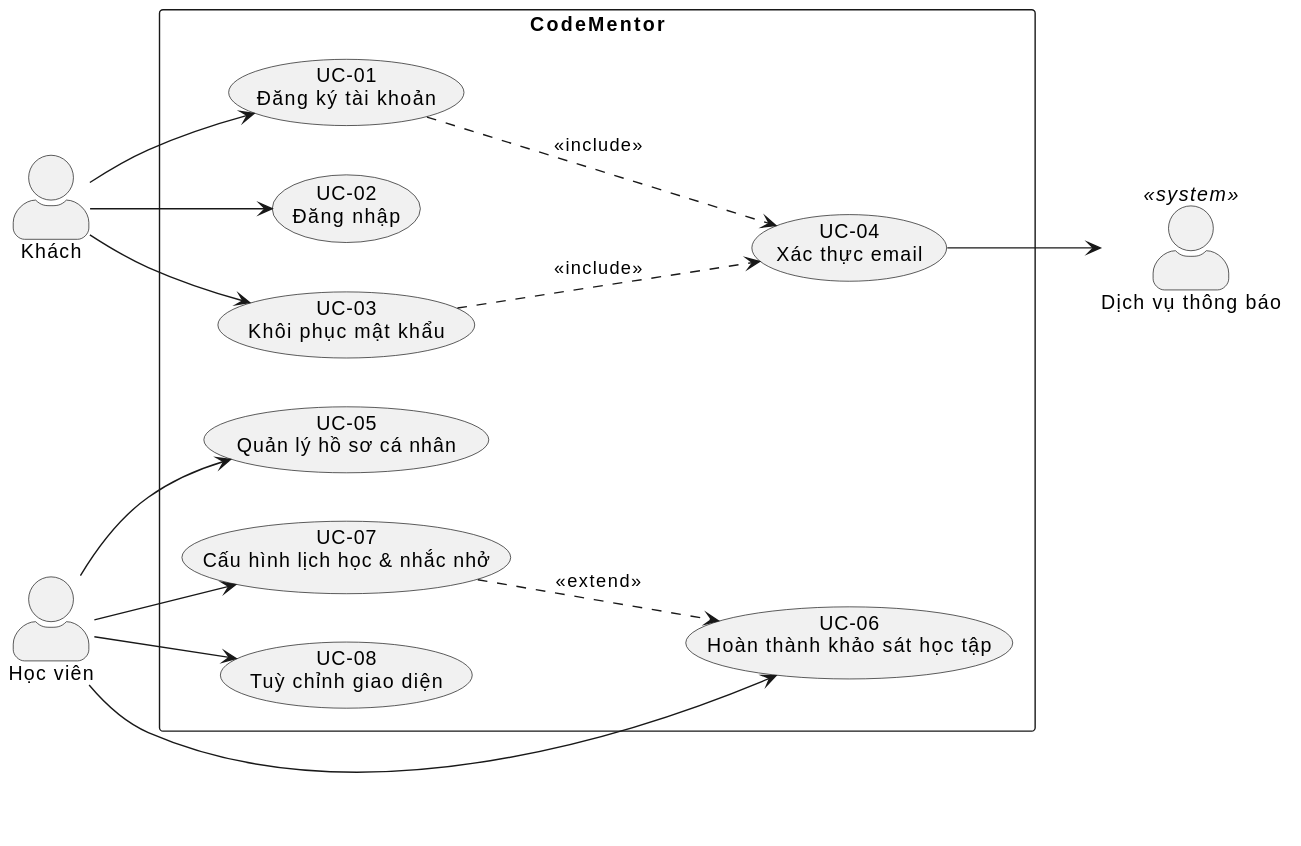
This is docs/diagrams/p1-account.svg from codementor-official/codementor-infra, a PlantUML export, as it was before one commit.
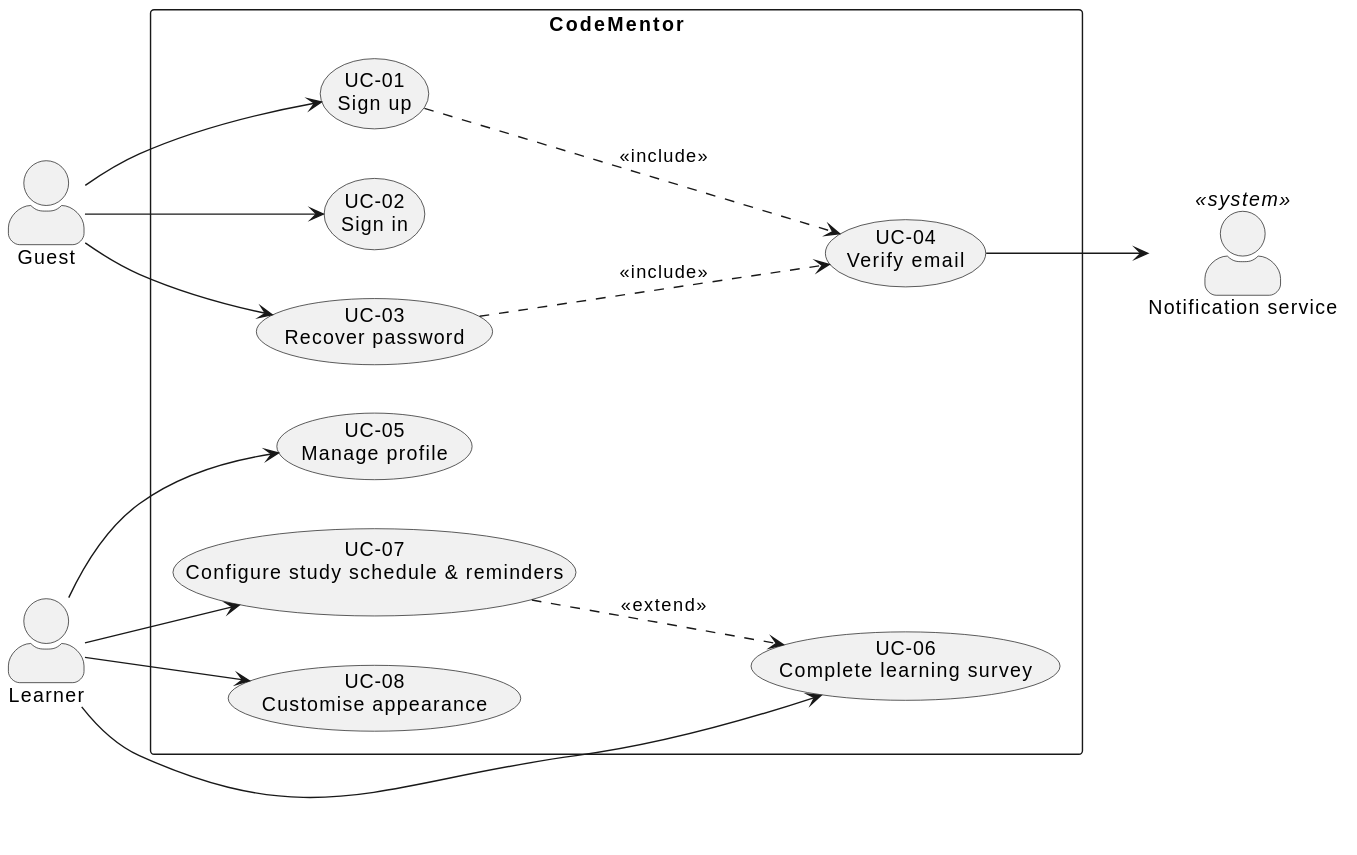
The same diagram one commit later.

Diff of the diagram source:
```diff
@@ -2,25 +2,25 @@
 left to right direction
 skinparam actorStyle awesome
 
-actor "Khách" as Guest
-actor "Học viên" as Learner
+actor "Guest" as Guest
+actor "Learner" as Learner
 
 rectangle "CodeMentor" {
-  usecase "UC-01\nĐăng ký tài khoản" as UC01
-  usecase "UC-02\nĐăng nhập" as UC02
-  usecase "UC-03\nKhôi phục mật khẩu" as UC03
-  usecase "UC-04\nXác thực email" as UC04
-  usecase "UC-05\nQuản lý hồ sơ cá nhân" as UC05
-  usecase "UC-06\nHoàn thành khảo sát học tập" as UC06
-  usecase "UC-07\nCấu hình lịch học & nhắc nhở" as UC07
-  usecase "UC-08\nTuỳ chỉnh giao diện" as UC08
+  usecase "UC-01\nSign up" as UC01
+  usecase "UC-02\nSign in" as UC02
+  usecase "UC-03\nRecover password" as UC03
+  usecase "UC-04\nVerify email" as UC04
+  usecase "UC-05\nManage profile" as UC05
+  usecase "UC-06\nComplete learning survey" as UC06
+  usecase "UC-07\nConfigure study schedule & reminders" as UC07
+  usecase "UC-08\nCustomise appearance" as UC08
 
   UC01 ..> UC04 : <<include>>
   UC03 ..> UC04 : <<include>>
   UC07 ..> UC06 : <<extend>>
 }
 
-actor "Dịch vụ thông báo" as Notify <<system>>
+actor "Notification service" as Notify <<system>>
 
 Guest --> UC01
 Guest --> UC02
```
